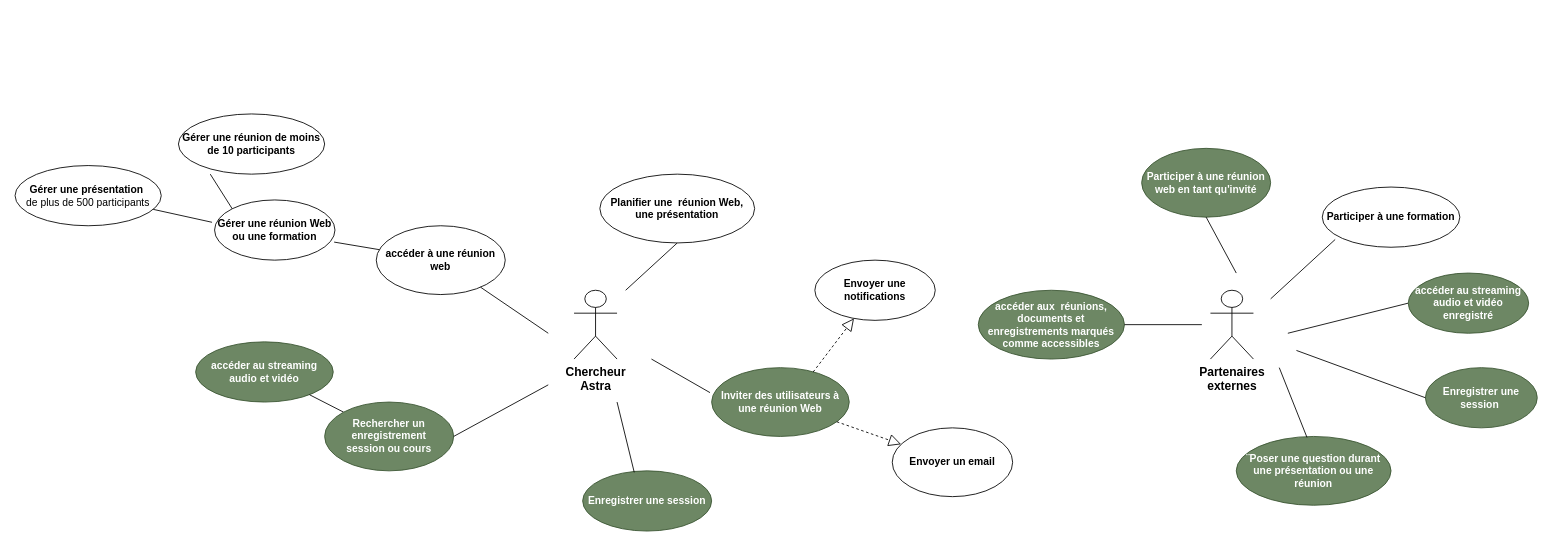
The draw.io diagram page "CasUtilisation_AstraRecherche" (9 of 10) of AstraComponentDiagr.drawio in Lamessolo/ProjetLeadTech, before the edit. Source tidied: cells renumbered, new cells numbered last; positions are measured from the earlier drawing's top-left corner, leaving out a move shared by most shapes. Both pictures are drawn from the tidied source at 86%, with x=0, y=0 at pixel (15, 114).
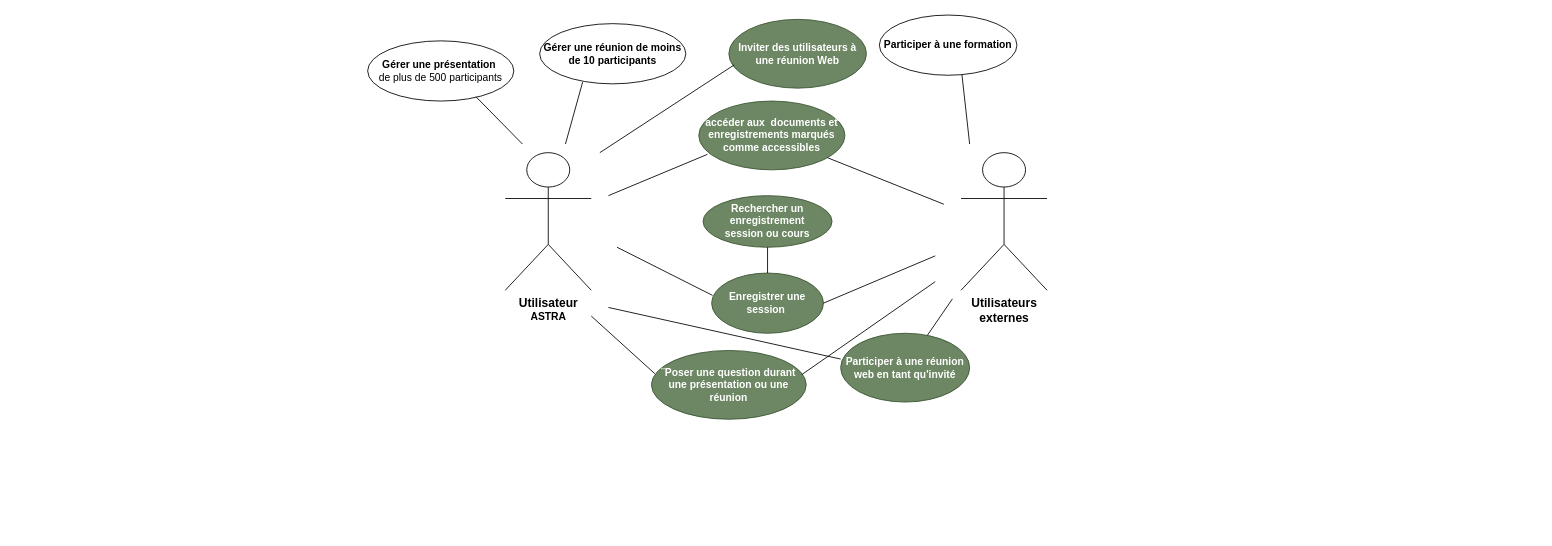
The same diagram, later.

The edit, as a diff of the source:
```diff
@@
-    <mxCell id="2" value="&lt;b&gt;&lt;font style=&quot;font-size: 14px&quot;&gt;Partenaires&lt;br&gt;externes&lt;/font&gt;&lt;/b&gt;" style="shape=umlActor;verticalLabelPosition=bottom;verticalAlign=top;html=1;" parent="1" vertex="1">
-      <mxGeometry x="1390" y="205" width="50" height="80" as="geometry" />
+    <mxCell id="2" value="&lt;b&gt;&lt;font style=&quot;font-size: 14px&quot;&gt;Utilisateurs&lt;br&gt;externes&lt;/font&gt;&lt;/b&gt;" style="shape=umlActor;verticalLabelPosition=bottom;verticalAlign=top;html=1;" parent="1" vertex="1">
+      <mxGeometry x="1100" y="45" width="100" height="160" as="geometry" />
     </mxCell>
-    <mxCell id="3" value="&lt;b&gt;&lt;font style=&quot;font-size: 14px&quot;&gt;Chercheur&lt;br&gt;Astra&lt;/font&gt;&lt;/b&gt;" style="shape=umlActor;verticalLabelPosition=bottom;verticalAlign=top;html=1;" parent="1" vertex="1">
-      <mxGeometry x="650" y="205" width="50" height="80" as="geometry" />
+    <mxCell id="3" value="&lt;b&gt;&lt;span style=&quot;font-size: 14px&quot;&gt;Utilisateur&lt;br&gt;&lt;/span&gt;ASTRA&lt;/b&gt;" style="shape=umlActor;verticalLabelPosition=bottom;verticalAlign=top;html=1;" parent="1" vertex="1">
+      <mxGeometry x="570" y="45" width="100" height="160" as="geometry" />
     </mxCell>
-    <mxCell id="4" value="&lt;b&gt;Planifier une&amp;nbsp; réunion&amp;nbsp;Web, une présentation&lt;/b&gt;" style="ellipse;whiteSpace=wrap;html=1;" parent="1" vertex="1">
-      <mxGeometry x="680" y="70" width="180" height="80" as="geometry" />
-    </mxCell>
-    <mxCell id="5" value="&lt;b&gt;Enregistrer une session&lt;/b&gt;&lt;font color=&quot;#ff0000&quot;&gt;&lt;br&gt;&lt;/font&gt;" style="ellipse;whiteSpace=wrap;html=1;fillColor=#6d8764;strokeColor=#3A5431;fontColor=#ffffff;" parent="1" vertex="1">
-      <mxGeometry x="660" y="415" width="150" height="70" as="geometry" />
-    </mxCell>
     <mxCell id="6" value="&lt;b&gt;Inviter des utilisateurs à&lt;/b&gt;&lt;br&gt;&lt;b&gt;une réunion&amp;nbsp;Web&lt;/b&gt;" style="ellipse;whiteSpace=wrap;html=1;fillColor=#6d8764;strokeColor=#3A5431;fontColor=#ffffff;" parent="1" vertex="1">
-      <mxGeometry x="810" y="295" width="160" height="80" as="geometry" />
+      <mxGeometry x="830" y="-110" width="160" height="80" as="geometry" />
     </mxCell>
-    <mxCell id="7" value="&lt;b&gt;accéder&amp;nbsp;à une&amp;nbsp;réunion&lt;/b&gt;&lt;br&gt;&lt;b&gt;web&lt;/b&gt;" style="ellipse;whiteSpace=wrap;html=1;" parent="1" vertex="1">
-      <mxGeometry x="420" y="130" width="150" height="80" as="geometry" />
-    </mxCell>
     <mxCell id="8" value="&lt;b&gt;Participer à une formation&lt;/b&gt;" style="ellipse;whiteSpace=wrap;html=1;" parent="1" vertex="1">
-      <mxGeometry x="1520" y="85" width="160" height="70" as="geometry" />
+      <mxGeometry x="1005" y="-115" width="160" height="70" as="geometry" />
     </mxCell>
     <mxCell id="9" value="&lt;b&gt;Participer à une réunion&lt;br&gt;web en tant qu'invité&lt;/b&gt;" style="ellipse;whiteSpace=wrap;html=1;fillColor=#6d8764;strokeColor=#3A5431;fontColor=#ffffff;" parent="1" vertex="1">
-      <mxGeometry x="1310" y="40" width="150" height="80" as="geometry" />
+      <mxGeometry x="960" y="255" width="150" height="80" as="geometry" />
     </mxCell>
-    <mxCell id="10" value="&lt;b&gt;accéder&amp;nbsp;au streaming audio et&amp;nbsp;vidéo&lt;/b&gt;" style="ellipse;whiteSpace=wrap;html=1;fillColor=#6d8764;strokeColor=#3A5431;fontColor=#ffffff;" parent="1" vertex="1">
-      <mxGeometry x="210" y="265" width="160" height="70" as="geometry" />
-    </mxCell>
     <mxCell id="11" value="&lt;b&gt;Enregistrer une session&amp;nbsp;&lt;/b&gt;" style="ellipse;whiteSpace=wrap;html=1;fillColor=#6d8764;strokeColor=#3A5431;fontColor=#ffffff;" parent="1" vertex="1">
-      <mxGeometry x="1640" y="295" width="130" height="70" as="geometry" />
+      <mxGeometry x="810" y="185" width="130" height="70" as="geometry" />
     </mxCell>
     <mxCell id="12" value="&lt;b&gt;¨Poser une question durant une présentation ou une réunion&lt;/b&gt;" style="ellipse;whiteSpace=wrap;html=1;fillColor=#6d8764;strokeColor=#3A5431;fontColor=#ffffff;" parent="1" vertex="1">
-      <mxGeometry x="1420" y="375" width="180" height="80" as="geometry" />
+      <mxGeometry x="740" y="275" width="180" height="80" as="geometry" />
     </mxCell>
-    <mxCell id="13" value="&lt;b&gt;Envoyer une notifications&lt;/b&gt;" style="ellipse;whiteSpace=wrap;html=1;" parent="1" vertex="1">
-      <mxGeometry x="930" y="170" width="140" height="70" as="geometry" />
-    </mxCell>
-    <mxCell id="14" value="&lt;b&gt;accéder&amp;nbsp;aux&amp;nbsp; réunions, documents et enregistrements marqués comme accessibles&lt;/b&gt;" style="ellipse;whiteSpace=wrap;html=1;fillColor=#6d8764;strokeColor=#3A5431;fontColor=#ffffff;" parent="1" vertex="1">
-      <mxGeometry x="1120" y="205" width="170" height="80" as="geometry" />
+    <mxCell id="14" value="&lt;b&gt;accéder&amp;nbsp;aux&amp;nbsp; documents et enregistrements marqués comme accessibles&lt;/b&gt;" style="ellipse;whiteSpace=wrap;html=1;fillColor=#6d8764;strokeColor=#3A5431;fontColor=#ffffff;" parent="1" vertex="1">
+      <mxGeometry x="795" y="-15" width="170" height="80" as="geometry" />
     </mxCell>
-    <mxCell id="15" value="&lt;b&gt;Envoyer un email&lt;/b&gt;" style="ellipse;whiteSpace=wrap;html=1;" parent="1" vertex="1">
-      <mxGeometry x="1020" y="365" width="140" height="80" as="geometry" />
-    </mxCell>
-    <mxCell id="16" style="endArrow=block;dashed=1;endFill=0;endSize=12;html=1;exitX=0.738;exitY=0.063;exitDx=0;exitDy=0;exitPerimeter=0;" parent="1" edge="1" source="6" target="13">
-      <mxGeometry relative="1" as="geometry" />
-    </mxCell>
-    <mxCell id="17" style="endArrow=block;dashed=1;endFill=0;endSize=12;html=1;" parent="1" edge="1" source="6" target="15">
-      <mxGeometry relative="1" as="geometry" />
-    </mxCell>
-    <mxCell id="18" style="endArrow=none;html=1;exitX=0.5;exitY=1;exitDx=0;exitDy=0;" parent="1" edge="1" source="9">
-      <mxGeometry relative="1" as="geometry">
-        <mxPoint x="1420" y="185" as="targetPoint" />
-      </mxGeometry>
-    </mxCell>
-    <mxCell id="19" style="endArrow=none;html=1;entryX=0.094;entryY=0.871;entryDx=0;entryDy=0;entryPerimeter=0;" parent="1" edge="1" target="8">
-      <mxGeometry relative="1" as="geometry">
-        <mxPoint x="1460" y="215" as="sourcePoint" />
-      </mxGeometry>
-    </mxCell>
-    <mxCell id="20" style="endArrow=none;html=1;entryX=0;entryY=0.5;entryDx=0;entryDy=0;" parent="1" edge="1" target="36">
-      <mxGeometry relative="1" as="geometry">
-        <mxPoint x="1480" y="255" as="sourcePoint" />
-      </mxGeometry>
-    </mxCell>
-    <mxCell id="21" style="endArrow=none;html=1;exitX=0.457;exitY=0.014;exitDx=0;exitDy=0;exitPerimeter=0;" parent="1" edge="1" source="12">
-      <mxGeometry relative="1" as="geometry">
-        <mxPoint x="1470" y="295" as="targetPoint" />
-      </mxGeometry>
-    </mxCell>
-    <mxCell id="22" style="endArrow=none;html=1;exitX=0.5;exitY=1;exitDx=0;exitDy=0;" parent="1" edge="1" source="4">
-      <mxGeometry relative="1" as="geometry">
-        <mxPoint x="710" y="205" as="targetPoint" />
-      </mxGeometry>
-    </mxCell>
-    <mxCell id="23" style="endArrow=none;html=1;" parent="1" edge="1" target="7">
-      <mxGeometry relative="1" as="geometry">
-        <mxPoint x="620" y="255" as="sourcePoint" />
-      </mxGeometry>
-    </mxCell>
-    <mxCell id="24" style="endArrow=none;html=1;entryX=0;entryY=0;entryDx=0;entryDy=0;" parent="1" edge="1" source="10" target="27">
-      <mxGeometry relative="1" as="geometry" />
-    </mxCell>
-    <mxCell id="25" style="endArrow=none;html=1;exitX=0.4;exitY=0.025;exitDx=0;exitDy=0;exitPerimeter=0;" parent="1" edge="1" source="5">
-      <mxGeometry relative="1" as="geometry">
-        <mxPoint x="700" y="335" as="targetPoint" />
-      </mxGeometry>
-    </mxCell>
-    <mxCell id="26" style="endArrow=none;html=1;" parent="1" edge="1">
-      <mxGeometry relative="1" as="geometry">
-        <mxPoint x="1290" y="245" as="sourcePoint" />
-        <mxPoint x="1380" y="245" as="targetPoint" />
-      </mxGeometry>
-    </mxCell>
     <mxCell id="27" value="&lt;b&gt;Rechercher un enregistrement&lt;br&gt;session ou cours&lt;br&gt;&lt;/b&gt;" style="ellipse;whiteSpace=wrap;html=1;fillColor=#6d8764;strokeColor=#3A5431;fontColor=#ffffff;" parent="1" vertex="1">
-      <mxGeometry x="360" y="335" width="150" height="80" as="geometry" />
+      <mxGeometry x="800" y="95" width="150" height="60" as="geometry" />
     </mxCell>
-    <mxCell id="28" style="endArrow=none;html=1;exitX=1;exitY=0.5;exitDx=0;exitDy=0;" parent="1" edge="1" source="27">
-      <mxGeometry relative="1" as="geometry">
-        <mxPoint x="620" y="315" as="targetPoint" />
-      </mxGeometry>
-    </mxCell>
-    <mxCell id="29" value="&lt;b&gt;Gérer&amp;nbsp;une réunion&amp;nbsp;Web&lt;br&gt;ou une formation&lt;br&gt;&lt;/b&gt;" style="ellipse;whiteSpace=wrap;html=1;" parent="1" vertex="1">
-      <mxGeometry x="232" y="100" width="140" height="70" as="geometry" />
-    </mxCell>
-    <mxCell id="30" style="endArrow=none;html=1;exitX=0.993;exitY=0.7;exitDx=0;exitDy=0;exitPerimeter=0;" parent="1" edge="1" source="29" target="7">
-      <mxGeometry relative="1" as="geometry" />
-    </mxCell>
-    <mxCell id="31" style="endArrow=none;html=1;exitX=0.988;exitY=0.6;exitDx=0;exitDy=0;exitPerimeter=0;entryX=-0.021;entryY=0.371;entryDx=0;entryDy=0;entryPerimeter=0;" parent="1" edge="1" target="29">
-      <mxGeometry relative="1" as="geometry">
-        <mxPoint x="120" y="102" as="sourcePoint" />
-      </mxGeometry>
-    </mxCell>
     <mxCell id="32" value="&lt;b&gt;Gérer&amp;nbsp;une présentation&amp;nbsp;&lt;/b&gt;&lt;br&gt;de plus de 500 participants" style="ellipse;whiteSpace=wrap;html=1;" parent="1" vertex="1">
-      <mxGeometry y="60" width="170" height="70" as="geometry" />
+      <mxGeometry x="410" y="-85" width="170" height="70" as="geometry" />
     </mxCell>
     <mxCell id="33" value="&lt;b&gt;Gérer&amp;nbsp;une réunion&amp;nbsp;de moins de 10 participants&lt;/b&gt;" style="ellipse;whiteSpace=wrap;html=1;" parent="1" vertex="1">
-      <mxGeometry x="190" width="170" height="70" as="geometry" />
+      <mxGeometry x="610" y="-105" width="170" height="70" as="geometry" />
     </mxCell>
-    <mxCell id="34" style="endArrow=none;html=1;exitX=0.5;exitY=1;exitDx=0;exitDy=0;entryX=0;entryY=0;entryDx=0;entryDy=0;" parent="1" edge="1" target="29">
-      <mxGeometry relative="1" as="geometry">
-        <mxPoint x="227" y="70" as="sourcePoint" />
-      </mxGeometry>
-    </mxCell>
-    <mxCell id="35" style="endArrow=none;html=1;entryX=-0.012;entryY=0.363;entryDx=0;entryDy=0;entryPerimeter=0;" parent="1" edge="1" target="6">
-      <mxGeometry relative="1" as="geometry">
-        <mxPoint x="740" y="285" as="sourcePoint" />
-      </mxGeometry>
-    </mxCell>
-    <mxCell id="36" value="&lt;b&gt;accéder&amp;nbsp;au streaming audio et&amp;nbsp;vidéo enregistré&lt;/b&gt;" style="ellipse;whiteSpace=wrap;html=1;fillColor=#6d8764;strokeColor=#3A5431;fontColor=#ffffff;" parent="1" vertex="1">
-      <mxGeometry x="1620" y="185" width="140" height="70" as="geometry" />
-    </mxCell>
-    <mxCell id="37" style="endArrow=none;html=1;entryX=0;entryY=0.5;entryDx=0;entryDy=0;" parent="1" edge="1" target="11">
-      <mxGeometry relative="1" as="geometry">
-        <mxPoint x="1490" y="275" as="sourcePoint" />
-      </mxGeometry>
-    </mxCell>
+    <mxCell id="38" style="endArrow=none;html=1;exitX=0.5;exitY=0;exitDx=0;exitDy=0;" parent="1" edge="1" source="11" target="27">
+      <mxGeometry relative="1" as="geometry" />
+    </mxCell>
+    <mxCell id="39" style="endArrow=none;html=1;entryX=0.008;entryY=0.371;entryDx=0;entryDy=0;entryPerimeter=0;" parent="1" edge="1" target="11">
+      <mxGeometry relative="1" as="geometry">
+        <mxPoint x="700" y="155" as="sourcePoint" />
+      </mxGeometry>
+    </mxCell>
+    <mxCell id="40" style="endArrow=none;html=1;exitX=1;exitY=0.5;exitDx=0;exitDy=0;" parent="1" edge="1" source="11">
+      <mxGeometry relative="1" as="geometry">
+        <mxPoint x="1070" y="165" as="targetPoint" />
+      </mxGeometry>
+    </mxCell>
+    <mxCell id="41" style="endArrow=none;html=1;exitX=0.972;exitY=0.35;exitDx=0;exitDy=0;exitPerimeter=0;" parent="1" edge="1" source="12">
+      <mxGeometry relative="1" as="geometry">
+        <mxPoint x="1070" y="195" as="targetPoint" />
+      </mxGeometry>
+    </mxCell>
+    <mxCell id="42" style="endArrow=none;html=1;entryX=0.022;entryY=0.338;entryDx=0;entryDy=0;entryPerimeter=0;" parent="1" edge="1" target="12">
+      <mxGeometry relative="1" as="geometry">
+        <mxPoint x="670" y="235" as="sourcePoint" />
+      </mxGeometry>
+    </mxCell>
+    <mxCell id="43" style="endArrow=none;html=1;entryX=0.059;entryY=0.775;entryDx=0;entryDy=0;entryPerimeter=0;" parent="1" edge="1" target="14">
+      <mxGeometry relative="1" as="geometry">
+        <mxPoint x="690" y="95" as="sourcePoint" />
+      </mxGeometry>
+    </mxCell>
+    <mxCell id="44" style="endArrow=none;html=1;" parent="1" edge="1" target="14">
+      <mxGeometry relative="1" as="geometry">
+        <mxPoint x="1080" y="105" as="sourcePoint" />
+      </mxGeometry>
+    </mxCell>
+    <mxCell id="45" style="endArrow=none;html=1;entryX=0.038;entryY=0.663;entryDx=0;entryDy=0;entryPerimeter=0;" parent="1" edge="1" target="6">
+      <mxGeometry relative="1" as="geometry">
+        <mxPoint x="680" y="45" as="sourcePoint" />
+      </mxGeometry>
+    </mxCell>
+    <mxCell id="46" style="endArrow=none;html=1;entryX=0.294;entryY=0.971;entryDx=0;entryDy=0;entryPerimeter=0;" parent="1" edge="1" target="33">
+      <mxGeometry relative="1" as="geometry">
+        <mxPoint x="640" y="35" as="sourcePoint" />
+      </mxGeometry>
+    </mxCell>
+    <mxCell id="47" style="endArrow=none;html=1;entryX=0.741;entryY=0.929;entryDx=0;entryDy=0;entryPerimeter=0;" parent="1" edge="1" target="32">
+      <mxGeometry relative="1" as="geometry">
+        <mxPoint x="590" y="35" as="sourcePoint" />
+      </mxGeometry>
+    </mxCell>
+    <mxCell id="48" style="endArrow=none;html=1;exitX=0;exitY=0.375;exitDx=0;exitDy=0;exitPerimeter=0;" parent="1" edge="1" source="9">
+      <mxGeometry relative="1" as="geometry">
+        <mxPoint x="690" y="225" as="targetPoint" />
+      </mxGeometry>
+    </mxCell>
+    <mxCell id="49" style="endArrow=none;html=1;" parent="1" edge="1" target="9">
+      <mxGeometry relative="1" as="geometry">
+        <mxPoint x="1090" y="215" as="sourcePoint" />
+      </mxGeometry>
+    </mxCell>
+    <mxCell id="50" style="endArrow=none;html=1;entryX=0.6;entryY=0.986;entryDx=0;entryDy=0;entryPerimeter=0;" parent="1" edge="1" target="8">
+      <mxGeometry relative="1" as="geometry">
+        <mxPoint x="1110" y="35" as="sourcePoint" />
+      </mxGeometry>
+    </mxCell>
```
